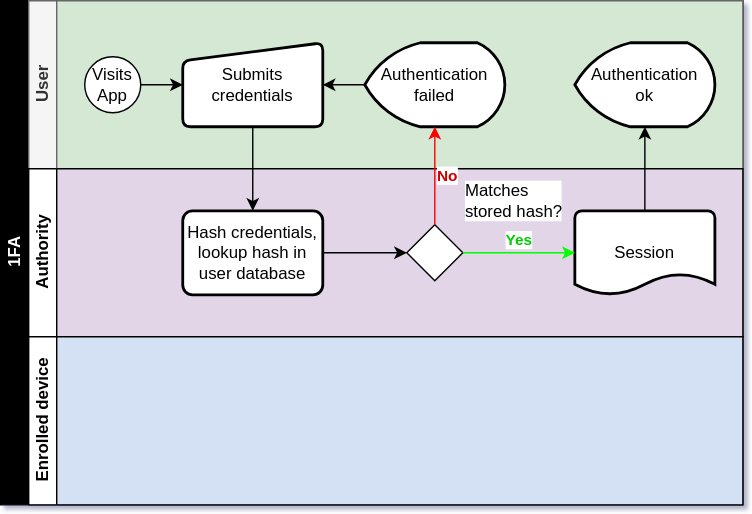
This is authentication-talk-slides/Authentication-1FA.drawio.svg from falkosch/oauth-presentation, a draw.io export, as it was before one commit. Source tidied: cells renumbered, new cells last; positions are measured from the earlier drawing's top-left corner, leaving out a move shared by most shapes. Source of this version:
```xml
<mxGraphModel>
  <root>
    <mxCell id="0" />
    <mxCell id="1" parent="0" />
    <mxCell id="2" value="1FA" style="swimlane;html=1;horizontal=0;startSize=20;fillColor=#000000;fontColor=#FFFFFF;" parent="1" vertex="1">
      <mxGeometry width="530" height="360" as="geometry" />
    </mxCell>
    <mxCell id="3" style="edgeStyle=orthogonalEdgeStyle;rounded=0;orthogonalLoop=1;jettySize=auto;html=1;dashed=1;endArrow=none;endFill=0;" parent="2" edge="1">
      <mxGeometry relative="1" as="geometry">
        <mxPoint x="180" y="90" as="sourcePoint" />
        <mxPoint x="180" y="150" as="targetPoint" />
      </mxGeometry>
    </mxCell>
    <mxCell id="4" style="edgeStyle=orthogonalEdgeStyle;rounded=0;jettySize=auto;html=1;endArrow=classic;endFill=1;" parent="2" edge="1" source="14">
      <mxGeometry relative="1" as="geometry">
        <mxPoint x="300" y="90" as="targetPoint" />
      </mxGeometry>
    </mxCell>
    <mxCell id="5" value="User" style="swimlane;html=1;startSize=20;horizontal=0;swimlaneFillColor=#D5E8D4;fillColor=#f5f5f5;fontColor=#333333;strokeColor=#666666;" parent="2" vertex="1">
      <mxGeometry x="20" width="510" height="120" as="geometry" />
    </mxCell>
    <mxCell id="6" style="edgeStyle=orthogonalEdgeStyle;rounded=0;jettySize=auto;html=1;entryX=0;entryY=0.5;entryDx=0;entryDy=0;" parent="5" edge="1" source="7" target="8">
      <mxGeometry relative="1" as="geometry" />
    </mxCell>
    <mxCell id="7" value="Visits&lt;br&gt;App" style="ellipse;whiteSpace=wrap;html=1;" parent="5" vertex="1">
      <mxGeometry x="40" y="40" width="40" height="40" as="geometry" />
    </mxCell>
    <mxCell id="8" value="Submits&lt;br&gt;credentials" style="html=1;strokeWidth=2;shape=manualInput;whiteSpace=wrap;rounded=1;size=13;arcSize=11;" parent="5" vertex="1">
      <mxGeometry x="110" y="30" width="100" height="60" as="geometry" />
    </mxCell>
    <mxCell id="9" style="edgeStyle=orthogonalEdgeStyle;rounded=0;jettySize=auto;html=1;entryX=1;entryY=0.5;entryDx=0;entryDy=0;" parent="5" edge="1" source="10" target="8">
      <mxGeometry relative="1" as="geometry" />
    </mxCell>
    <mxCell id="10" value="Authentication failed" style="strokeWidth=2;html=1;shape=mxgraph.flowchart.display;whiteSpace=wrap;" parent="5" vertex="1">
      <mxGeometry x="240" y="30" width="100" height="60" as="geometry" />
    </mxCell>
    <mxCell id="11" value="Authentication&lt;br&gt;ok" style="strokeWidth=2;html=1;shape=mxgraph.flowchart.display;whiteSpace=wrap;" parent="5" vertex="1">
      <mxGeometry x="390" y="30" width="100" height="60" as="geometry" />
    </mxCell>
    <mxCell id="12" value="Authority" style="swimlane;html=1;startSize=20;horizontal=0;swimlaneFillColor=#E1D5E7;" parent="2" vertex="1">
      <mxGeometry x="20" y="120" width="510" height="120" as="geometry" />
    </mxCell>
    <mxCell id="13" style="edgeStyle=orthogonalEdgeStyle;rounded=0;jettySize=auto;html=1;endArrow=classic;endFill=1;exitX=1;exitY=0.5;exitDx=0;exitDy=0;" parent="12" edge="1" source="15" target="14">
      <mxGeometry relative="1" as="geometry" />
    </mxCell>
    <mxCell id="14" value="Matches&lt;br&gt;stored hash?" style="rhombus;html=1;fontFamily=Helvetica;fontSize=12;fontColor=#000000;align=left;labelPosition=right;verticalLabelPosition=top;verticalAlign=bottom;labelBackgroundColor=default;" parent="12" vertex="1">
      <mxGeometry x="270" y="40" width="40" height="40" as="geometry" />
    </mxCell>
    <mxCell id="15" value="Hash credentials,&lt;br&gt;lookup hash in&lt;br&gt;user database" style="rounded=1;whiteSpace=wrap;html=1;absoluteArcSize=1;arcSize=14;strokeWidth=2;" parent="12" vertex="1">
      <mxGeometry x="110" y="30" width="100" height="60" as="geometry" />
    </mxCell>
    <mxCell id="16" value="Session" style="strokeWidth=2;html=1;shape=mxgraph.flowchart.document2;whiteSpace=wrap;size=0.25;" parent="12" vertex="1">
      <mxGeometry x="390" y="30" width="100" height="60" as="geometry" />
    </mxCell>
    <mxCell id="17" value="Yes" style="edgeStyle=orthogonalEdgeStyle;rounded=0;jettySize=auto;html=1;fontColor=#00CC00;labelPosition=center;verticalLabelPosition=top;align=center;verticalAlign=bottom;labelBackgroundColor=default;fontStyle=1;fillColor=#f8cecc;strokeColor=#00FF00;exitX=1;exitY=0.5;exitDx=0;exitDy=0;entryX=0;entryY=0.5;entryDx=0;entryDy=0;entryPerimeter=0;" parent="12" edge="1" source="14" target="16">
      <mxGeometry relative="1" as="geometry" />
    </mxCell>
    <mxCell id="18" value="Enrolled device" style="swimlane;html=1;startSize=20;horizontal=0;swimlaneFillColor=#D4E1F5;" parent="2" vertex="1">
      <mxGeometry x="20" y="240" width="510" height="120" as="geometry" />
    </mxCell>
    <mxCell id="19" style="edgeStyle=orthogonalEdgeStyle;rounded=0;jettySize=auto;html=1;exitX=0.5;exitY=1;exitDx=0;exitDy=0;entryX=0.5;entryY=0;entryDx=0;entryDy=0;" parent="2" edge="1" source="8" target="15">
      <mxGeometry relative="1" as="geometry" />
    </mxCell>
    <mxCell id="20" value="No" style="edgeStyle=orthogonalEdgeStyle;rounded=0;jettySize=auto;html=1;entryX=0.5;entryY=1;entryDx=0;entryDy=0;fontColor=#CC0000;labelPosition=right;verticalLabelPosition=middle;align=left;verticalAlign=middle;labelBackgroundColor=default;fontStyle=1;fillColor=#f8cecc;strokeColor=#FF0000;exitX=0.5;exitY=0;exitDx=0;exitDy=0;entryPerimeter=0;" parent="2" edge="1" source="14" target="10">
      <mxGeometry relative="1" as="geometry" />
    </mxCell>
    <mxCell id="21" style="edgeStyle=orthogonalEdgeStyle;rounded=0;jettySize=auto;html=1;entryX=0.5;entryY=1;entryDx=0;entryDy=0;entryPerimeter=0;" parent="2" edge="1" source="16" target="11">
      <mxGeometry relative="1" as="geometry" />
    </mxCell>
  </root>
</mxGraphModel>
```
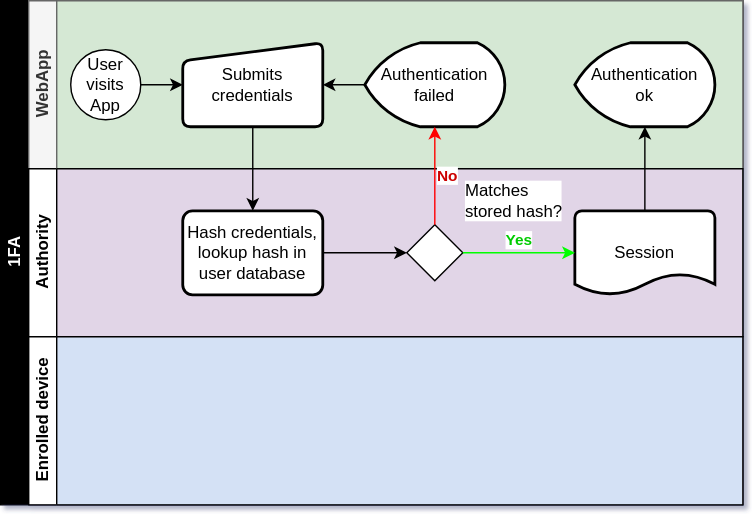
Above is the later version.

Commit message:
Authentication part in presentation

Diff of the diagram source:
```diff
@@ -16,14 +16,14 @@
         <mxPoint x="300" y="90" as="targetPoint" />
       </mxGeometry>
     </mxCell>
-    <mxCell id="5" value="User" style="swimlane;html=1;startSize=20;horizontal=0;swimlaneFillColor=#D5E8D4;fillColor=#f5f5f5;fontColor=#333333;strokeColor=#666666;" parent="2" vertex="1">
+    <mxCell id="5" value="WebApp" style="swimlane;html=1;startSize=20;horizontal=0;swimlaneFillColor=#D5E8D4;fillColor=#f5f5f5;fontColor=#333333;strokeColor=#666666;" parent="2" vertex="1">
       <mxGeometry x="20" width="510" height="120" as="geometry" />
     </mxCell>
     <mxCell id="6" style="edgeStyle=orthogonalEdgeStyle;rounded=0;jettySize=auto;html=1;entryX=0;entryY=0.5;entryDx=0;entryDy=0;" parent="5" edge="1" source="7" target="8">
       <mxGeometry relative="1" as="geometry" />
     </mxCell>
-    <mxCell id="7" value="Visits&lt;br&gt;App" style="ellipse;whiteSpace=wrap;html=1;" parent="5" vertex="1">
-      <mxGeometry x="40" y="40" width="40" height="40" as="geometry" />
+    <mxCell id="7" value="User&lt;br&gt;visits&lt;br&gt;App" style="ellipse;whiteSpace=wrap;html=1;" parent="5" vertex="1">
+      <mxGeometry x="30" y="35" width="50" height="50" as="geometry" />
     </mxCell>
     <mxCell id="8" value="Submits&lt;br&gt;credentials" style="html=1;strokeWidth=2;shape=manualInput;whiteSpace=wrap;rounded=1;size=13;arcSize=11;" parent="5" vertex="1">
       <mxGeometry x="110" y="30" width="100" height="60" as="geometry" />
```
